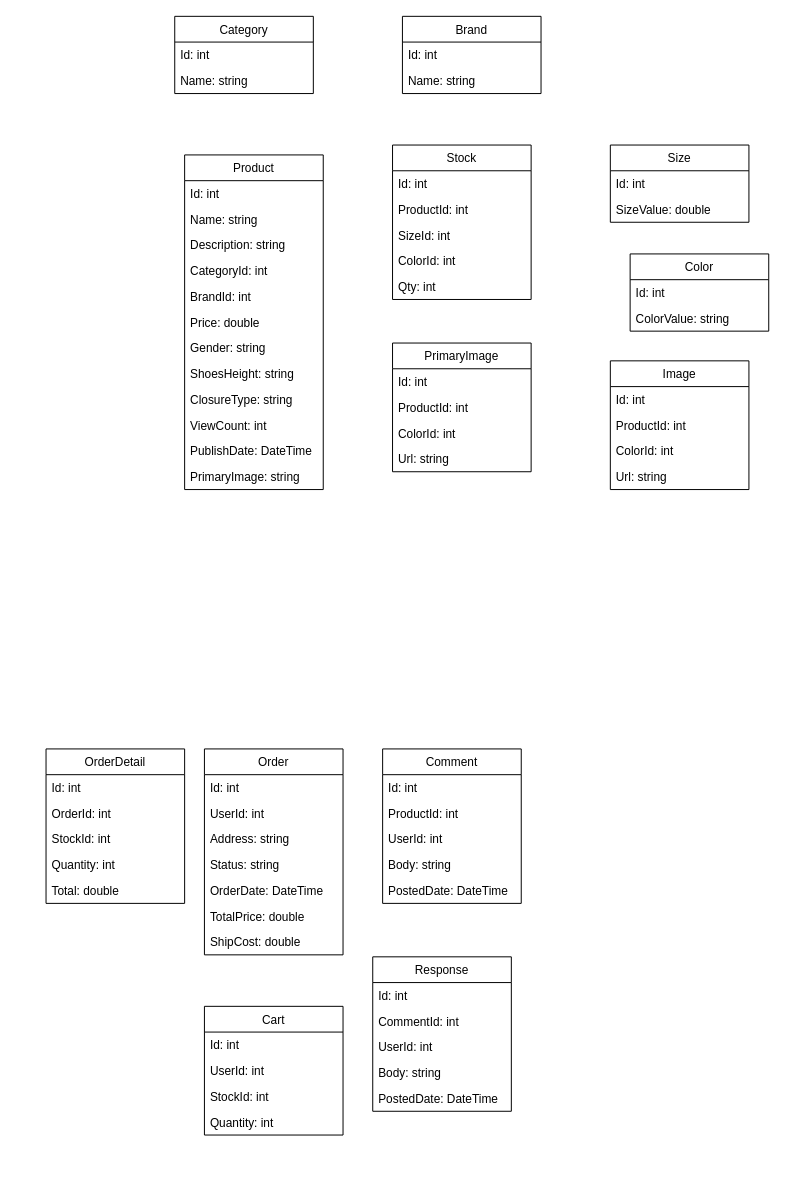
Before: db.drawio in ncnt257/Hyper-Shop, a draw.io diagram. Source tidied: cells renumbered, new cells numbered last; positions are measured from the earlier drawing's top-left corner, leaving out a move shared by most shapes. Both pictures are drawn from the tidied source at 99%, with x=0, y=0 at pixel (46, 16).
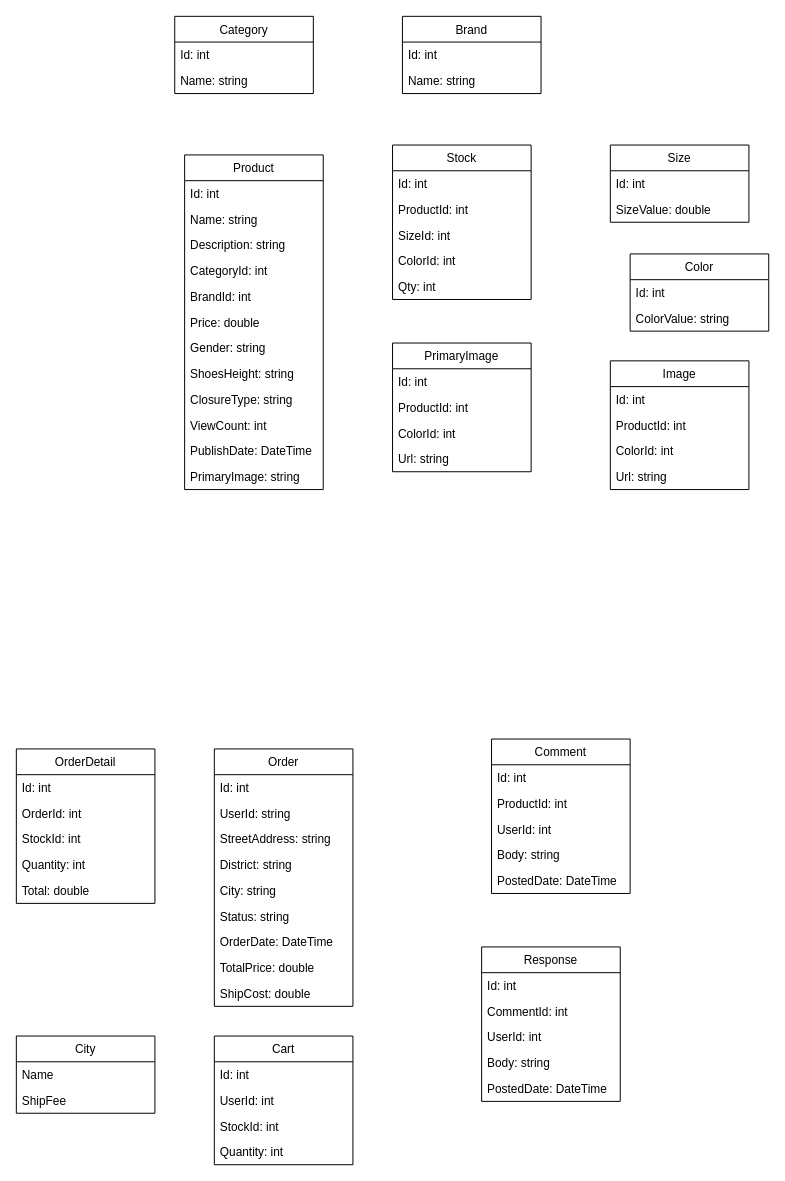
After the change.

The edit, as a diff of the source:
```diff
@@
     <mxCell id="24" value="Comment" style="swimlane;fontStyle=0;horizontal=1;startSize=26;fillColor=none;" parent="1" vertex="1">
-      <mxGeometry x="340" y="740" width="140" height="156" as="geometry" />
+      <mxGeometry x="450" y="730" width="140" height="156" as="geometry" />
     </mxCell>
@@
     <mxCell id="30" value="Response" style="swimlane;fontStyle=0;horizontal=1;startSize=26;fillColor=none;" parent="1" vertex="1">
-      <mxGeometry x="330" y="950" width="140" height="156" as="geometry" />
+      <mxGeometry x="440" y="940" width="140" height="156" as="geometry" />
     </mxCell>
@@
     <mxCell id="36" value="Order" style="swimlane;fontStyle=0;horizontal=1;startSize=26;fillColor=none;" parent="1" vertex="1">
-      <mxGeometry x="160" y="740" width="140" height="208" as="geometry" />
+      <mxGeometry x="170" y="740" width="140" height="260" as="geometry" />
     </mxCell>
@@
-    <mxCell id="38" value="UserId: int" style="text;strokeColor=none;fillColor=none;align=left;verticalAlign=top;spacingLeft=4;spacingRight=4;overflow=hidden;" parent="36" vertex="1">
+    <mxCell id="38" value="UserId: string" style="text;strokeColor=none;fillColor=none;align=left;verticalAlign=top;spacingLeft=4;spacingRight=4;overflow=hidden;" parent="36" vertex="1">
       <mxGeometry y="52" width="140" height="26" as="geometry" />
     </mxCell>
-    <mxCell id="39" value="Address: string" style="text;strokeColor=none;fillColor=none;align=left;verticalAlign=top;spacingLeft=4;spacingRight=4;overflow=hidden;" parent="36" vertex="1">
+    <mxCell id="39" value="StreetAddress: string" style="text;strokeColor=none;fillColor=none;align=left;verticalAlign=top;spacingLeft=4;spacingRight=4;overflow=hidden;" parent="36" vertex="1">
       <mxGeometry y="78" width="140" height="26" as="geometry" />
     </mxCell>
+    <mxCell id="74" value="District: string" style="text;strokeColor=none;fillColor=none;align=left;verticalAlign=top;spacingLeft=4;spacingRight=4;overflow=hidden;" parent="36" vertex="1">
+      <mxGeometry y="104" width="140" height="26" as="geometry" />
+    </mxCell>
+    <mxCell id="75" value="City: string" style="text;strokeColor=none;fillColor=none;align=left;verticalAlign=top;spacingLeft=4;spacingRight=4;overflow=hidden;" parent="36" vertex="1">
+      <mxGeometry y="130" width="140" height="26" as="geometry" />
+    </mxCell>
     <mxCell id="40" value="Status: string" style="text;strokeColor=none;fillColor=none;align=left;verticalAlign=top;spacingLeft=4;spacingRight=4;overflow=hidden;" parent="36" vertex="1">
-      <mxGeometry y="104" width="140" height="26" as="geometry" />
+      <mxGeometry y="156" width="140" height="26" as="geometry" />
     </mxCell>
     <mxCell id="41" value="OrderDate: DateTime" style="text;strokeColor=none;fillColor=none;align=left;verticalAlign=top;spacingLeft=4;spacingRight=4;overflow=hidden;" parent="36" vertex="1">
-      <mxGeometry y="130" width="140" height="26" as="geometry" />
+      <mxGeometry y="182" width="140" height="26" as="geometry" />
     </mxCell>
     <mxCell id="42" value="TotalPrice: double" style="text;strokeColor=none;fillColor=none;align=left;verticalAlign=top;spacingLeft=4;spacingRight=4;overflow=hidden;" parent="36" vertex="1">
-      <mxGeometry y="156" width="140" height="26" as="geometry" />
+      <mxGeometry y="208" width="140" height="26" as="geometry" />
     </mxCell>
     <mxCell id="43" value="ShipCost: double" style="text;strokeColor=none;fillColor=none;align=left;verticalAlign=top;spacingLeft=4;spacingRight=4;overflow=hidden;" parent="36" vertex="1">
-      <mxGeometry y="182" width="140" height="26" as="geometry" />
+      <mxGeometry y="234" width="140" height="26" as="geometry" />
     </mxCell>
     <mxCell id="44" value="OrderDetail" style="swimlane;fontStyle=0;horizontal=1;startSize=26;fillColor=none;" parent="1" vertex="1">
-      <mxGeometry y="740" width="140" height="156" as="geometry" />
+      <mxGeometry x="-30" y="740" width="140" height="156" as="geometry" />
     </mxCell>
@@
     <mxCell id="50" value="Cart" style="swimlane;fontStyle=0;horizontal=1;startSize=26;fillColor=none;" parent="1" vertex="1">
-      <mxGeometry x="160" y="1000" width="140" height="130" as="geometry" />
+      <mxGeometry x="170" y="1030" width="140" height="130" as="geometry" />
     </mxCell>
@@
+    <mxCell id="76" value="City" style="swimlane;fontStyle=0;horizontal=1;startSize=26;fillColor=none;" parent="1" vertex="1">
+      <mxGeometry x="-30" y="1030" width="140" height="78" as="geometry" />
+    </mxCell>
+    <mxCell id="77" value="Name" style="text;strokeColor=none;fillColor=none;align=left;verticalAlign=top;spacingLeft=4;spacingRight=4;overflow=hidden;" parent="76" vertex="1">
+      <mxGeometry y="26" width="140" height="26" as="geometry" />
+    </mxCell>
+    <mxCell id="78" value="ShipFee" style="text;strokeColor=none;fillColor=none;align=left;verticalAlign=top;spacingLeft=4;spacingRight=4;overflow=hidden;" parent="76" vertex="1">
+      <mxGeometry y="52" width="140" height="26" as="geometry" />
+    </mxCell>
```
